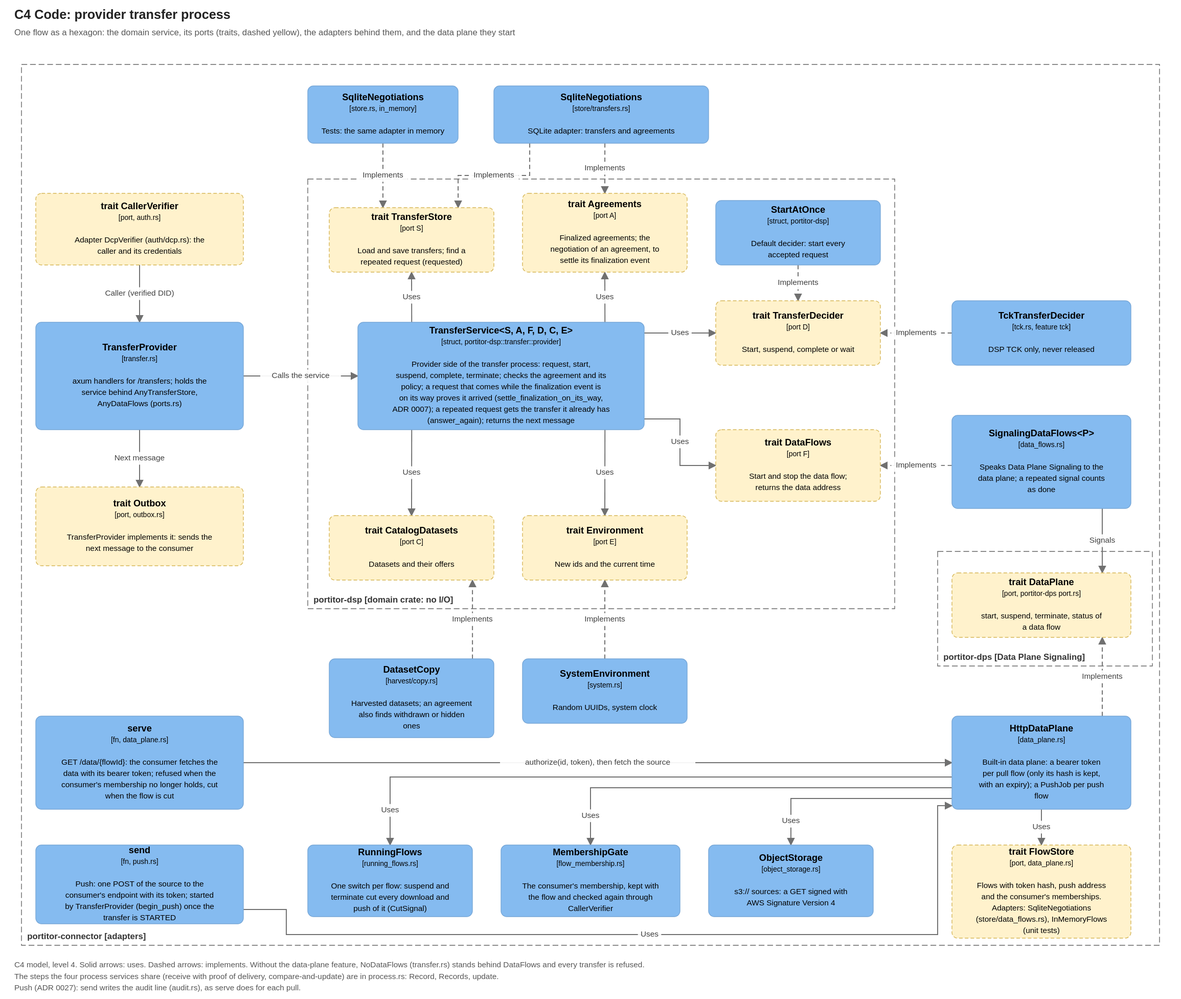
Above: docs/diagrams/c4-transfer-code.drawio.svg in brunopacheco1/portitor (draw.io), before the change. Source tidied: cells renumbered, new cells last; positions are measured from the earlier drawing's top-left corner, leaving out a move shared by most shapes.
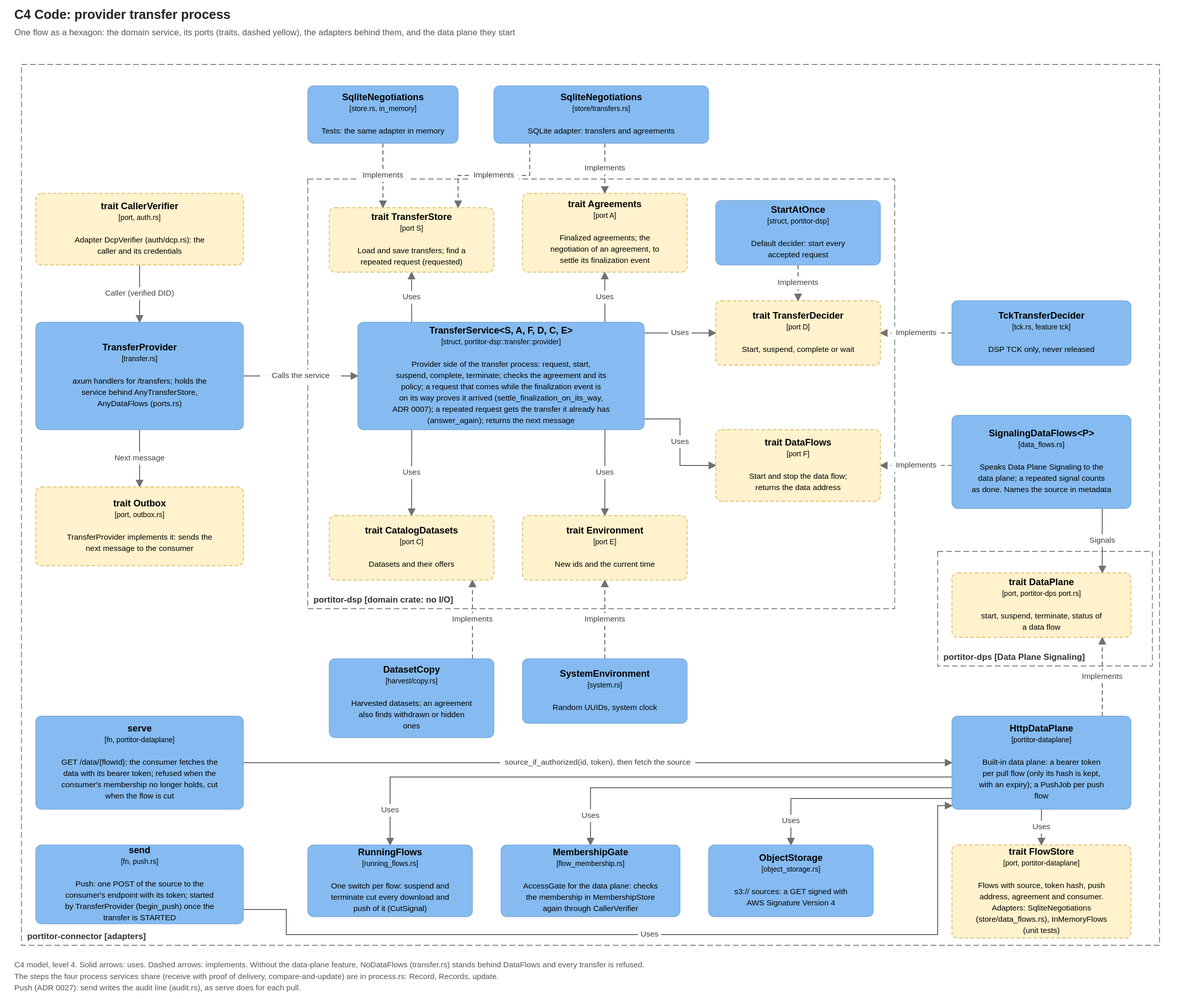
The same file after the commit.

The edit, as a diff of the source:
```diff
@@ -50,16 +50,16 @@
     <mxCell id="17" value="&lt;b&gt;TckTransferDecider&lt;/b&gt;&lt;br&gt;&lt;font style=&quot;font-size:10px&quot;&gt;[tck.rs, feature tck]&lt;/font&gt;&lt;br&gt;&lt;br&gt;&lt;font style=&quot;font-size:11px&quot;&gt;DSP TCK only, never released&lt;/font&gt;" style="rounded=1;arcSize=8;whiteSpace=wrap;html=1;fillColor=#85BBF0;strokeColor=#78A8D8;fontColor=#000000;fontSize=13;align=center;verticalAlign=middle;c4Kind=component;c4Name=TckTransferDecider;" parent="1" vertex="1">
       <mxGeometry x="1310" y="330" width="250" height="90" as="geometry" />
     </mxCell>
-    <mxCell id="18" value="&lt;b&gt;SignalingDataFlows&amp;lt;P&amp;gt;&lt;/b&gt;&lt;br&gt;&lt;font style=&quot;font-size:10px&quot;&gt;[data_flows.rs]&lt;/font&gt;&lt;br&gt;&lt;br&gt;&lt;font style=&quot;font-size:11px&quot;&gt;Speaks Data Plane Signaling to the data plane; a repeated signal counts as done&lt;/font&gt;" style="rounded=1;arcSize=8;whiteSpace=wrap;html=1;fillColor=#85BBF0;strokeColor=#78A8D8;fontColor=#000000;fontSize=13;align=center;verticalAlign=middle;c4Kind=component;c4Name=SignalingDataFlows&lt;P&gt;;" parent="1" vertex="1">
+    <mxCell id="18" value="&lt;b&gt;SignalingDataFlows&amp;lt;P&amp;gt;&lt;/b&gt;&lt;br&gt;&lt;font style=&quot;font-size:10px&quot;&gt;[data_flows.rs]&lt;/font&gt;&lt;br&gt;&lt;br&gt;&lt;font style=&quot;font-size:11px&quot;&gt;Speaks Data Plane Signaling to the data plane; a repeated signal counts as done. Names the source in metadata&lt;/font&gt;" style="rounded=1;arcSize=8;whiteSpace=wrap;html=1;fillColor=#85BBF0;strokeColor=#78A8D8;fontColor=#000000;fontSize=13;align=center;verticalAlign=middle;c4Kind=component;c4Name=SignalingDataFlows&lt;P&gt;;" parent="1" vertex="1">
       <mxGeometry x="1310" y="490" width="250" height="130" as="geometry" />
     </mxCell>
     <mxCell id="19" value="&lt;b&gt;trait DataPlane&lt;/b&gt;&lt;br&gt;&lt;font style=&quot;font-size:10px&quot;&gt;[port, portitor-dps port.rs]&lt;/font&gt;&lt;br&gt;&lt;br&gt;&lt;font style=&quot;font-size:11px&quot;&gt;start, suspend, terminate, status of a data flow&lt;/font&gt;" style="rounded=1;arcSize=8;dashed=1;whiteSpace=wrap;html=1;fillColor=#FFF2CC;strokeColor=#D6B656;fontColor=#000000;fontSize=13;align=center;verticalAlign=middle;c4Kind=port;c4Name=trait DataPlane;" parent="1" vertex="1">
       <mxGeometry x="1310" y="710" width="250" height="90" as="geometry" />
     </mxCell>
-    <mxCell id="20" value="&lt;b&gt;HttpDataPlane&lt;/b&gt;&lt;br&gt;&lt;font style=&quot;font-size:10px&quot;&gt;[data_plane.rs]&lt;/font&gt;&lt;br&gt;&lt;br&gt;&lt;font style=&quot;font-size:11px&quot;&gt;Built-in data plane: a bearer token per pull flow (only its hash is kept, with an expiry); a PushJob per push flow&lt;/font&gt;" style="rounded=1;arcSize=8;whiteSpace=wrap;html=1;fillColor=#85BBF0;strokeColor=#78A8D8;fontColor=#000000;fontSize=13;align=center;verticalAlign=middle;c4Kind=component;c4Name=HttpDataPlane;" parent="1" vertex="1">
+    <mxCell id="20" value="&lt;b&gt;HttpDataPlane&lt;/b&gt;&lt;br&gt;&lt;font style=&quot;font-size:10px&quot;&gt;[portitor-dataplane]&lt;/font&gt;&lt;br&gt;&lt;br&gt;&lt;font style=&quot;font-size:11px&quot;&gt;Built-in data plane: a bearer token per pull flow (only its hash is kept, with an expiry); a PushJob per push flow&lt;/font&gt;" style="rounded=1;arcSize=8;whiteSpace=wrap;html=1;fillColor=#85BBF0;strokeColor=#78A8D8;fontColor=#000000;fontSize=13;align=center;verticalAlign=middle;c4Kind=component;c4Name=HttpDataPlane;" parent="1" vertex="1">
       <mxGeometry x="1310" y="910" width="250" height="130" as="geometry" />
     </mxCell>
-    <mxCell id="21" value="&lt;b&gt;trait FlowStore&lt;/b&gt;&lt;br&gt;&lt;font style=&quot;font-size:10px&quot;&gt;[port, data_plane.rs]&lt;/font&gt;&lt;br&gt;&lt;br&gt;&lt;font style=&quot;font-size:11px&quot;&gt;Flows with token hash, push address and the consumer&amp;#x27;s memberships. Adapters: SqliteNegotiations (store/data_flows.rs), InMemoryFlows (unit tests)&lt;/font&gt;" style="rounded=1;arcSize=8;dashed=1;whiteSpace=wrap;html=1;fillColor=#FFF2CC;strokeColor=#D6B656;fontColor=#000000;fontSize=13;align=center;verticalAlign=middle;c4Kind=port;c4Name=trait FlowStore;" parent="1" vertex="1">
+    <mxCell id="21" value="&lt;b&gt;trait FlowStore&lt;/b&gt;&lt;br&gt;&lt;font style=&quot;font-size:10px&quot;&gt;[port, portitor-dataplane]&lt;/font&gt;&lt;br&gt;&lt;br&gt;&lt;font style=&quot;font-size:11px&quot;&gt;Flows with source, token hash, push address, agreement and consumer. Adapters: SqliteNegotiations (store/data_flows.rs), InMemoryFlows (unit tests)&lt;/font&gt;" style="rounded=1;arcSize=8;dashed=1;whiteSpace=wrap;html=1;fillColor=#FFF2CC;strokeColor=#D6B656;fontColor=#000000;fontSize=13;align=center;verticalAlign=middle;c4Kind=port;c4Name=trait FlowStore;" parent="1" vertex="1">
       <mxGeometry x="1310" y="1090" width="250" height="130" as="geometry" />
     </mxCell>
     <mxCell id="22" value="&lt;b&gt;TransferProvider&lt;/b&gt;&lt;br&gt;&lt;font style=&quot;font-size:10px&quot;&gt;[transfer.rs]&lt;/font&gt;&lt;br&gt;&lt;br&gt;&lt;font style=&quot;font-size:11px&quot;&gt;axum handlers for /transfers; holds the service behind AnyTransferStore, AnyDataFlows (ports.rs)&lt;/font&gt;" style="rounded=1;arcSize=8;whiteSpace=wrap;html=1;fillColor=#85BBF0;strokeColor=#78A8D8;fontColor=#000000;fontSize=13;align=center;verticalAlign=middle;c4Kind=component;c4Name=TransferProvider;" parent="1" vertex="1">
@@ -71,7 +71,7 @@
     <mxCell id="24" value="&lt;b&gt;trait Outbox&lt;/b&gt;&lt;br&gt;&lt;font style=&quot;font-size:10px&quot;&gt;[port, outbox.rs]&lt;/font&gt;&lt;br&gt;&lt;br&gt;&lt;font style=&quot;font-size:11px&quot;&gt;TransferProvider implements it: sends the next message to the consumer&lt;/font&gt;" style="rounded=1;arcSize=8;dashed=1;whiteSpace=wrap;html=1;fillColor=#FFF2CC;strokeColor=#D6B656;fontColor=#000000;fontSize=13;align=center;verticalAlign=middle;c4Kind=port;c4Name=trait Outbox;" parent="1" vertex="1">
       <mxGeometry x="30" y="590" width="290" height="110" as="geometry" />
     </mxCell>
-    <mxCell id="25" value="&lt;b&gt;serve&lt;/b&gt;&lt;br&gt;&lt;font style=&quot;font-size:10px&quot;&gt;[fn, data_plane.rs]&lt;/font&gt;&lt;br&gt;&lt;br&gt;&lt;font style=&quot;font-size:11px&quot;&gt;GET /data/{flowId}: the consumer fetches the data with its bearer token; refused when the consumer&amp;#x27;s membership no longer holds, cut when the flow is cut&lt;/font&gt;" style="rounded=1;arcSize=8;whiteSpace=wrap;html=1;fillColor=#85BBF0;strokeColor=#78A8D8;fontColor=#000000;fontSize=13;align=center;verticalAlign=middle;c4Kind=component;c4Name=serve;" parent="1" vertex="1">
+    <mxCell id="25" value="&lt;b&gt;serve&lt;/b&gt;&lt;br&gt;&lt;font style=&quot;font-size:10px&quot;&gt;[fn, portitor-dataplane]&lt;/font&gt;&lt;br&gt;&lt;br&gt;&lt;font style=&quot;font-size:11px&quot;&gt;GET /data/{flowId}: the consumer fetches the data with its bearer token; refused when the consumer&amp;#x27;s membership no longer holds, cut when the flow is cut&lt;/font&gt;" style="rounded=1;arcSize=8;whiteSpace=wrap;html=1;fillColor=#85BBF0;strokeColor=#78A8D8;fontColor=#000000;fontSize=13;align=center;verticalAlign=middle;c4Kind=component;c4Name=serve;" parent="1" vertex="1">
       <mxGeometry x="30" y="910" width="290" height="130" as="geometry" />
     </mxCell>
     <mxCell id="26" value="Calls the service" style="endArrow=blockThin;endFill=1;html=1;rounded=0;strokeColor=#707070;fontSize=11;fontColor=#404040;labelBackgroundColor=#FFFFFF;exitX=1.000;exitY=0.500;exitPerimeter=0;entryX=0.000;entryY=0.500;entryPerimeter=0;" parent="1" edge="1" source="22" target="5">
@@ -112,7 +112,7 @@
     <mxCell id="36" value="Uses" style="endArrow=blockThin;endFill=1;html=1;rounded=0;strokeColor=#707070;fontSize=11;fontColor=#404040;labelBackgroundColor=#FFFFFF;exitX=0.500;exitY=1.000;exitPerimeter=0;entryX=0.500;entryY=0.000;entryPerimeter=0;" parent="1" edge="1" source="20" target="21">
       <mxGeometry relative="1" as="geometry" />
     </mxCell>
-    <mxCell id="37" value="authorize(id, token), then fetch the source" style="endArrow=blockThin;endFill=1;html=1;rounded=0;strokeColor=#707070;fontSize=11;fontColor=#404040;labelBackgroundColor=#FFFFFF;exitX=1.000;exitY=0.500;exitPerimeter=0;entryX=0.000;entryY=0.500;entryPerimeter=0;" parent="1" edge="1" source="25" target="20">
+    <mxCell id="37" value="source_if_authorized(id, token), then fetch the source" style="endArrow=blockThin;endFill=1;html=1;rounded=0;strokeColor=#707070;fontSize=11;fontColor=#404040;labelBackgroundColor=#FFFFFF;exitX=1.000;exitY=0.500;exitPerimeter=0;entryX=0.000;entryY=0.500;entryPerimeter=0;" parent="1" edge="1" source="25" target="20">
       <mxGeometry relative="1" as="geometry" />
     </mxCell>
     <mxCell id="38" value="Implements" style="endArrow=blockThin;endFill=1;html=1;rounded=0;strokeColor=#707070;fontSize=11;fontColor=#404040;labelBackgroundColor=#FFFFFF;dashed=1;exitX=0.500;exitY=1.000;exitPerimeter=0;entryX=0.326;entryY=0.000;entryPerimeter=0;" parent="1" edge="1" source="13" target="6">
@@ -153,7 +153,7 @@
     <mxCell id="48" value="&lt;b&gt;RunningFlows&lt;/b&gt;&lt;br&gt;&lt;font style=&quot;font-size:10px&quot;&gt;[running_flows.rs]&lt;/font&gt;&lt;br&gt;&lt;br&gt;&lt;font style=&quot;font-size:11px&quot;&gt;One switch per flow: suspend and terminate cut every download and push of it (CutSignal)&lt;/font&gt;" style="rounded=1;arcSize=8;whiteSpace=wrap;html=1;fillColor=#85BBF0;strokeColor=#78A8D8;fontColor=#000000;fontSize=13;align=center;verticalAlign=middle;c4Kind=component;c4Name=RunningFlows;" parent="1" vertex="1">
       <mxGeometry x="410" y="1090" width="230" height="100" as="geometry" />
     </mxCell>
-    <mxCell id="49" value="&lt;b&gt;MembershipGate&lt;/b&gt;&lt;br&gt;&lt;font style=&quot;font-size:10px&quot;&gt;[flow_membership.rs]&lt;/font&gt;&lt;br&gt;&lt;br&gt;&lt;font style=&quot;font-size:11px&quot;&gt;The consumer&amp;#x27;s membership, kept with the flow and checked again through CallerVerifier&lt;/font&gt;" style="rounded=1;arcSize=8;whiteSpace=wrap;html=1;fillColor=#85BBF0;strokeColor=#78A8D8;fontColor=#000000;fontSize=13;align=center;verticalAlign=middle;c4Kind=component;c4Name=MembershipGate;" parent="1" vertex="1">
+    <mxCell id="49" value="&lt;b&gt;MembershipGate&lt;/b&gt;&lt;br&gt;&lt;font style=&quot;font-size:10px&quot;&gt;[flow_membership.rs]&lt;/font&gt;&lt;br&gt;&lt;br&gt;&lt;font style=&quot;font-size:11px&quot;&gt;AccessGate for the data plane: checks the membership in MembershipStore again through CallerVerifier&lt;/font&gt;" style="rounded=1;arcSize=8;whiteSpace=wrap;html=1;fillColor=#85BBF0;strokeColor=#78A8D8;fontColor=#000000;fontSize=13;align=center;verticalAlign=middle;c4Kind=component;c4Name=MembershipGate;" parent="1" vertex="1">
       <mxGeometry x="680" y="1090" width="250" height="100" as="geometry" />
     </mxCell>
     <mxCell id="50" value="&lt;b&gt;ObjectStorage&lt;/b&gt;&lt;br&gt;&lt;font style=&quot;font-size:10px&quot;&gt;[object_storage.rs]&lt;/font&gt;&lt;br&gt;&lt;br&gt;&lt;font style=&quot;font-size:11px&quot;&gt;s3:// sources: a GET signed with AWS Signature Version 4&lt;/font&gt;" style="rounded=1;arcSize=8;whiteSpace=wrap;html=1;fillColor=#85BBF0;strokeColor=#78A8D8;fontColor=#000000;fontSize=13;align=center;verticalAlign=middle;c4Kind=component;c4Name=ObjectStorage;" parent="1" vertex="1">
```
